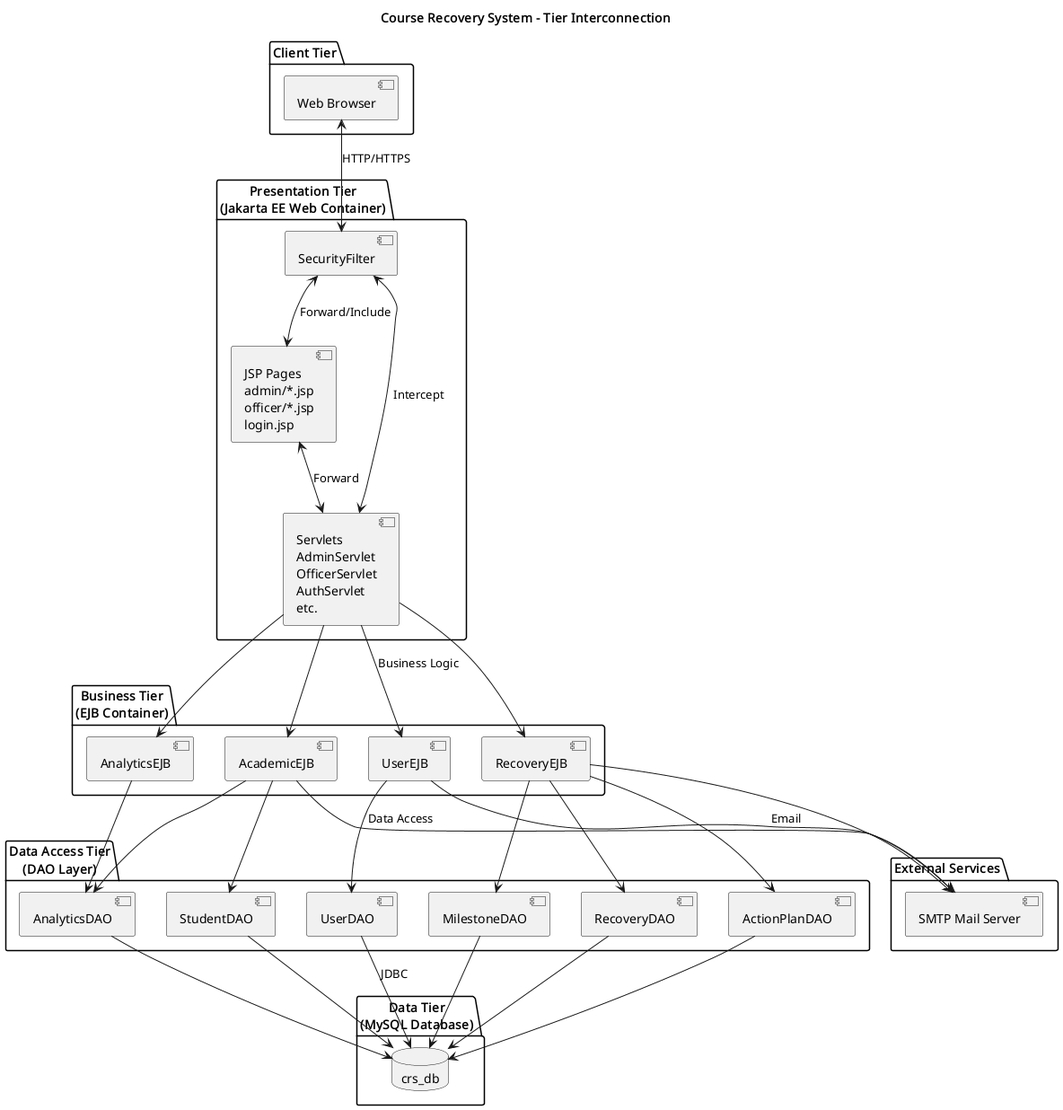
The PlantUML diagram plans/diagrams/tier-interconnection.png in meow-d/epda-assignment, before a commit.
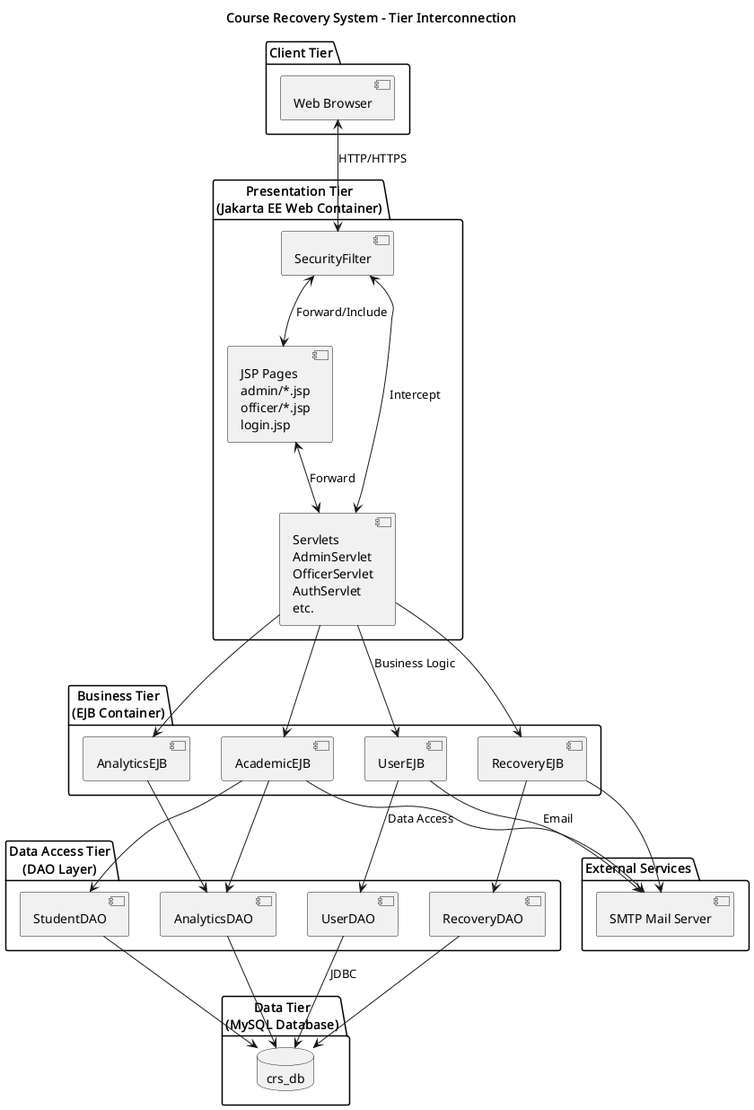
Later version of the same file.

Commit message:
refactor: remove unused DAOs from tier-interconnection diagrams

- Remove ActionPlanDAO and MilestoneDAO from tier-interconnection.mmd
- Remove ActionPlanDAO and MilestoneDAO from tier-interconnection.puml
- Update RecoveryEJB connections to only use RecoveryDAO
- Regenerate tier-interconnection.png
- Update class styling to remove unused DAOs

The edit, as a diff of the source:
```diff
@@ -23,8 +23,6 @@
   [StudentDAO] as StudentDAO
   [RecoveryDAO] as RecoveryDAO
   [AnalyticsDAO] as AnalyticsDAO
-  [ActionPlanDAO] as ActionPlanDAO
-  [MilestoneDAO] as MilestoneDAO
 }
 
 package "Data Tier\n(MySQL Database)" {
@@ -49,16 +47,12 @@
 AcademicEJB --> StudentDAO
 AcademicEJB --> AnalyticsDAO
 RecoveryEJB --> RecoveryDAO
-RecoveryEJB --> ActionPlanDAO
-RecoveryEJB --> MilestoneDAO
 AnalyticsEJB --> AnalyticsDAO
 
 UserDAO --> MySQL : "JDBC"
 StudentDAO --> MySQL
 RecoveryDAO --> MySQL
 AnalyticsDAO --> MySQL
-ActionPlanDAO --> MySQL
-MilestoneDAO --> MySQL
 
 UserEJB --> SMTP : "Email"
 AcademicEJB --> SMTP
```
